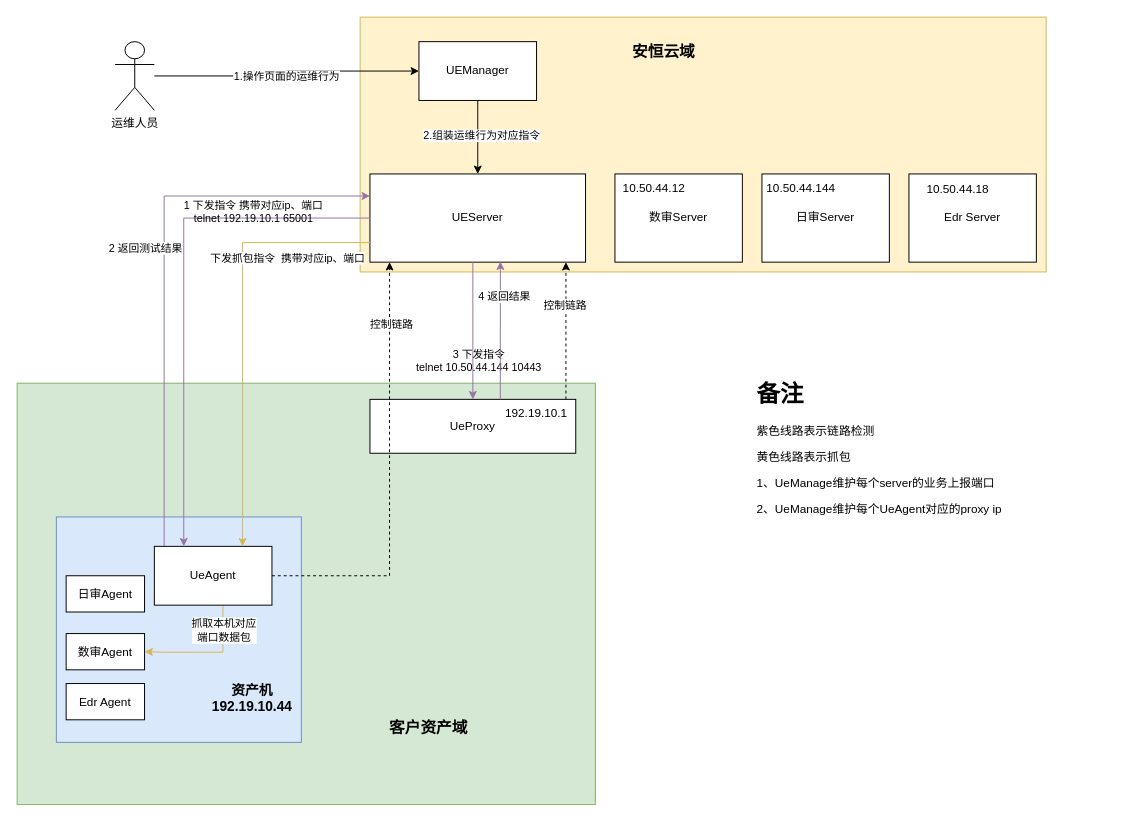
This is 自动化运维链路图.drawio from SwagLYY/myPersonalRepo, a draw.io file, before an edit. Source tidied: cells renumbered, new cells numbered last; positions are measured from the earlier drawing's top-left corner, leaving out a move shared by most shapes. Both pictures are drawn from the tidied source at 98%, with x=0, y=0 at pixel (17, 17).
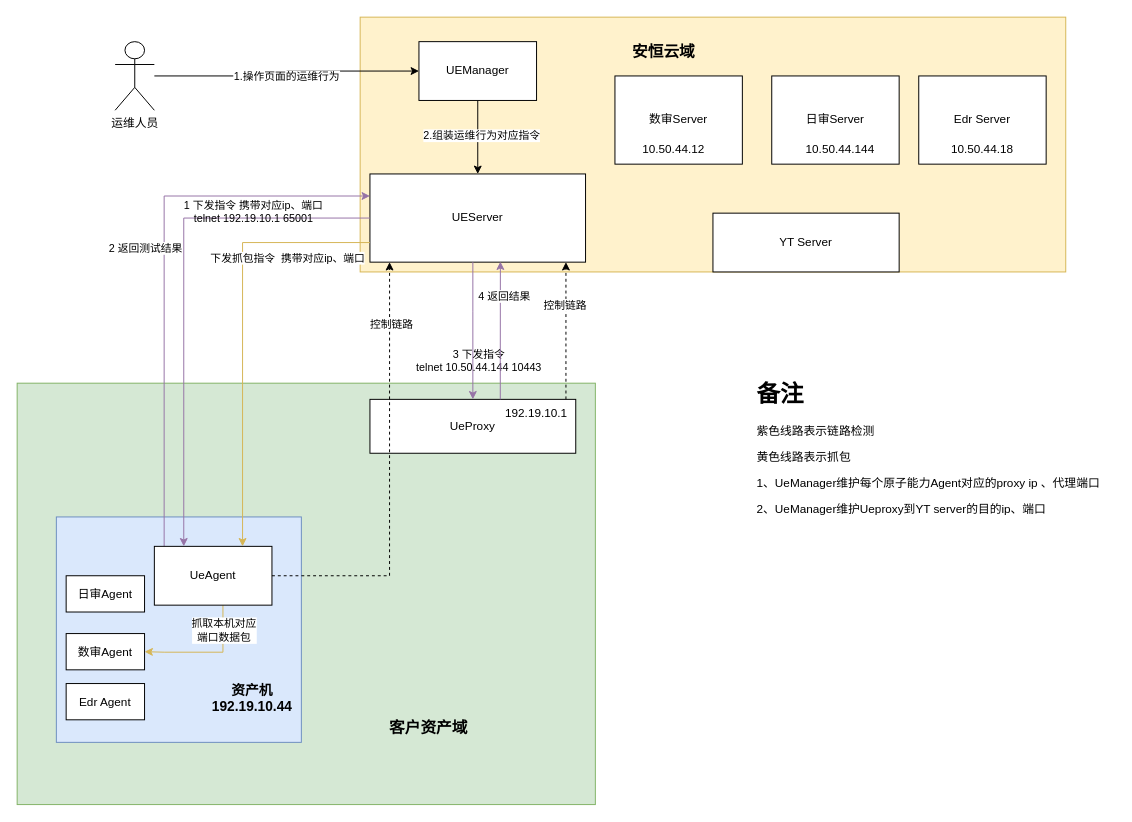
The same page after the edit.

Commit message:
更新自动化运维链路图.drawio

The edit, as a diff of the source:
```diff
@@
     <mxCell id="4" style="rounded=0;whiteSpace=wrap;html=1;fillColor=#fff2cc;strokeColor=#d6b656;" parent="1" vertex="1">
-      <mxGeometry x="350" width="700" height="260" as="geometry" />
+      <mxGeometry x="350" width="720" height="260" as="geometry" />
     </mxCell>
@@
     <mxCell id="6" value="日审Server" style="rounded=0;whiteSpace=wrap;html=1;" parent="1" vertex="1">
-      <mxGeometry x="760" y="160" width="130" height="90" as="geometry" />
+      <mxGeometry x="770" y="60" width="130" height="90" as="geometry" />
     </mxCell>
     <mxCell id="7" value="数审Server" style="rounded=0;whiteSpace=wrap;html=1;" parent="1" vertex="1">
-      <mxGeometry x="610" y="160" width="130" height="90" as="geometry" />
+      <mxGeometry x="610" y="60" width="130" height="90" as="geometry" />
     </mxCell>
     <mxCell id="8" value="Edr Server" style="rounded=0;whiteSpace=wrap;html=1;" parent="1" vertex="1">
-      <mxGeometry x="910" y="160" width="130" height="90" as="geometry" />
+      <mxGeometry x="920" y="60" width="130" height="90" as="geometry" />
     </mxCell>
@@
-    <mxCell id="41" value="&lt;h1&gt;备注&lt;/h1&gt;&lt;p&gt;紫色线路表示链路检测&lt;/p&gt;&lt;p&gt;黄色线路表示抓包&lt;/p&gt;&lt;p&gt;1、UeManage维护每个server的业务上报端口&lt;/p&gt;&lt;p&gt;2、UeManage维护每个UeAgent对应的proxy ip&amp;nbsp;&lt;/p&gt;" style="text;html=1;strokeColor=none;fillColor=none;spacing=5;spacingTop=-20;whiteSpace=wrap;overflow=hidden;rounded=0;" parent="1" vertex="1">
-      <mxGeometry x="750" y="365" width="280" height="200" as="geometry" />
+    <mxCell id="41" value="&lt;h1&gt;备注&lt;/h1&gt;&lt;p&gt;紫色线路表示链路检测&lt;/p&gt;&lt;p&gt;黄色线路表示抓包&lt;/p&gt;&lt;p&gt;&lt;span style=&quot;background-color: initial;&quot;&gt;1、UeManager维护每个原子能力Agent对应的proxy ip 、代理端口&lt;/span&gt;&lt;/p&gt;&lt;p&gt;2、UeManager维护Ueproxy到YT server的目的ip、端口&lt;/p&gt;" style="text;html=1;strokeColor=none;fillColor=none;spacing=5;spacingTop=-20;whiteSpace=wrap;overflow=hidden;rounded=0;" parent="1" vertex="1">
+      <mxGeometry x="750" y="365" width="370" height="200" as="geometry" />
     </mxCell>
     <mxCell id="42" value="10.50.44.12" style="text;html=1;strokeColor=none;fillColor=none;align=center;verticalAlign=middle;whiteSpace=wrap;rounded=0;" parent="1" vertex="1">
-      <mxGeometry x="620" y="160" width="60" height="30" as="geometry" />
+      <mxGeometry x="640" y="120" width="60" height="30" as="geometry" />
     </mxCell>
     <mxCell id="43" value="10.50.44.144" style="text;html=1;strokeColor=none;fillColor=none;align=center;verticalAlign=middle;whiteSpace=wrap;rounded=0;" parent="1" vertex="1">
-      <mxGeometry x="770" y="160" width="60" height="30" as="geometry" />
+      <mxGeometry x="810" y="120" width="60" height="30" as="geometry" />
     </mxCell>
     <mxCell id="44" value="10.50.44.18" style="text;html=1;strokeColor=none;fillColor=none;align=center;verticalAlign=middle;whiteSpace=wrap;rounded=0;" parent="1" vertex="1">
-      <mxGeometry x="930" y="161" width="60" height="30" as="geometry" />
+      <mxGeometry x="955" y="120" width="60" height="30" as="geometry" />
     </mxCell>
@@
+    <mxCell id="46" value="YT Server" style="rounded=0;whiteSpace=wrap;html=1;" parent="1" vertex="1">
+      <mxGeometry x="710" y="200" width="190" height="60" as="geometry" />
+    </mxCell>
```
